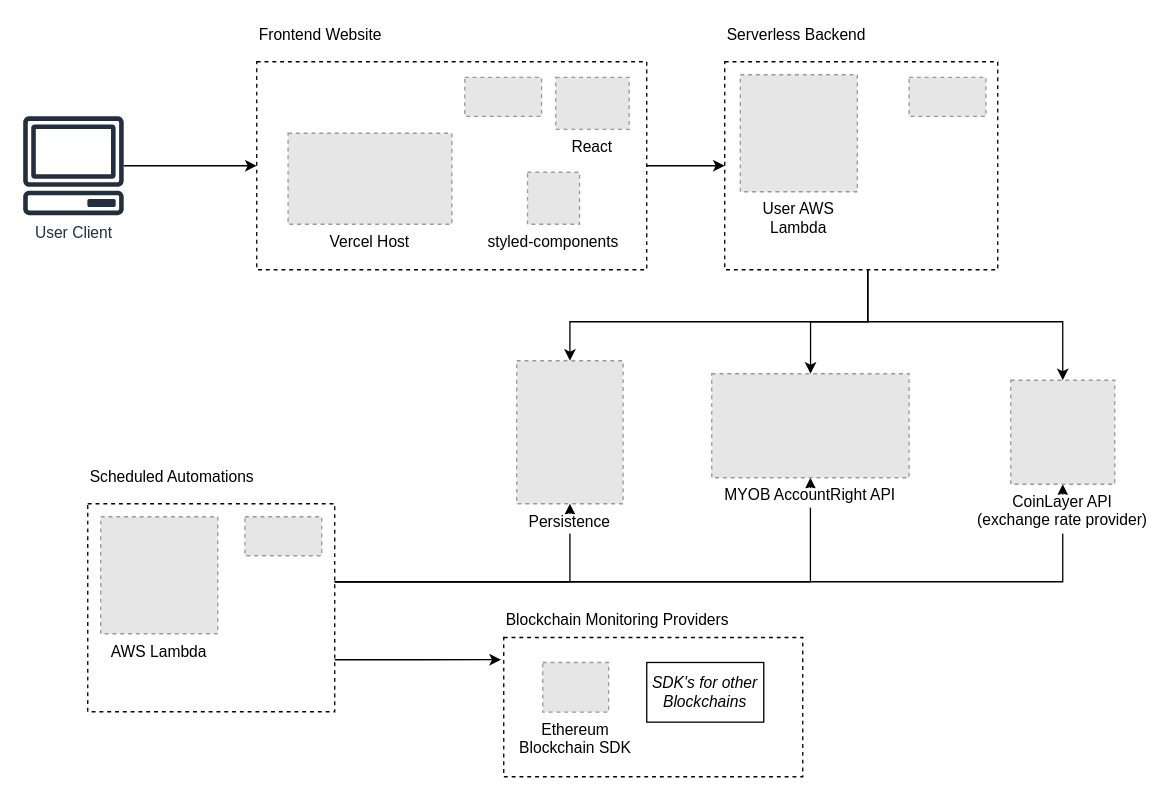
Before: docs/kache-architecture-v1.drawio in Ray-F/kache, a draw.io diagram. Source tidied: cells renumbered, new cells numbered last; positions are measured from the earlier drawing's top-left corner, leaving out a move shared by most shapes. Both pictures are drawn from the tidied source at 130%, with x=0, y=0 at pixel (22, 22). Pictures stored in the file or linked from it are replaced by grey dashed boxes.
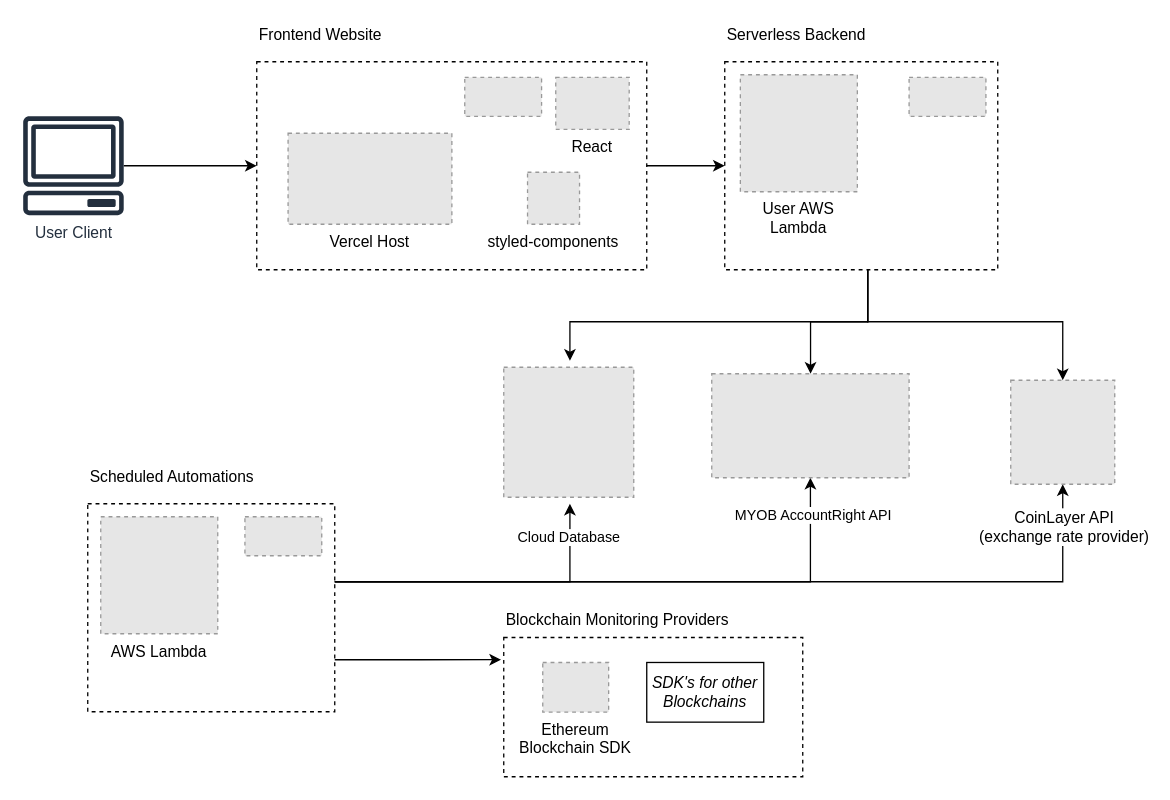
The same page after the edit.

Commit message:
Update architecture-design doc

The change refers to these unchanged cells:
```xml
<mxCell id="2" style="rounded=0;whiteSpace=wrap;html=1;fillColor=none;dashed=1;" parent="1" vertex="1">
  <mxGeometry x="540" y="30" width="210" height="160" as="geometry" />
</mxCell>
<mxCell id="11" style="edgeStyle=orthogonalEdgeStyle;rounded=0;jettySize=auto;html=1;entryX=0.5;entryY=1;entryDx=0;entryDy=0;" parent="1" edge="1" target="19">
  <mxGeometry relative="1" as="geometry">
    <mxPoint x="240" y="430" as="sourcePoint" />
    <Array as="points">
      <mxPoint x="240" y="430" />
      <mxPoint x="606" y="430" />
    </Array>
  </mxGeometry>
</mxCell>
<mxCell id="12" style="edgeStyle=orthogonalEdgeStyle;rounded=0;jettySize=auto;html=1;" parent="1" edge="1" target="18">
  <mxGeometry relative="1" as="geometry">
    <mxPoint x="240" y="430" as="sourcePoint" />
    <Array as="points">
      <mxPoint x="240" y="430" />
      <mxPoint x="800" y="430" />
    </Array>
  </mxGeometry>
</mxCell>
```

What changed in the source:
```diff
@@
-    <mxCell id="10" style="edgeStyle=orthogonalEdgeStyle;rounded=0;jettySize=auto;html=1;entryX=0.5;entryY=1;entryDx=0;entryDy=0;" parent="1" edge="1" target="17">
+    <mxCell id="10" style="edgeStyle=orthogonalEdgeStyle;rounded=0;orthogonalLoop=1;jettySize=auto;html=1;entryX=0.5;entryY=1;entryDx=0;entryDy=0;" parent="1" edge="1">
       <mxGeometry relative="1" as="geometry">
         <mxPoint x="240" y="430" as="sourcePoint" />
+        <mxPoint x="420.9" y="370" as="targetPoint" />
         <Array as="points">
           <mxPoint x="240" y="430" />
           <mxPoint x="421" y="430" />
         </Array>
       </mxGeometry>
     </mxCell>
+    <mxCell id="34" value="Cloud Database" style="edgeLabel;html=1;align=center;verticalAlign=middle;" parent="10" vertex="1">
+      <mxGeometry x="0.83" y="2" relative="1" as="geometry">
+        <mxPoint x="1" y="5" as="offset" />
+      </mxGeometry>
+    </mxCell>
@@
+    <mxCell id="35" value="MYOB AccountRight API" style="edgeLabel;html=1;align=center;verticalAlign=middle;" parent="11" vertex="1">
+      <mxGeometry x="0.87" y="-2" relative="1" as="geometry" />
+    </mxCell>
@@
+    <mxCell id="36" value="&lt;span style=&quot;font-size: 12px&quot;&gt;CoinLayer API&lt;/span&gt;&lt;br style=&quot;padding: 0px ; margin: 0px ; font-size: 12px&quot;&gt;&lt;span style=&quot;font-size: 12px&quot;&gt;(exchange rate provider)&lt;/span&gt;" style="edgeLabel;html=1;align=center;verticalAlign=middle;" parent="12" vertex="1">
+      <mxGeometry x="0.91" y="2" relative="1" as="geometry">
+        <mxPoint x="2" y="3" as="offset" />
+      </mxGeometry>
+    </mxCell>
@@
-    <mxCell id="17" value="Persistence" style="fillColor=#E6E6E6;strokeColor=#999999;dashed=1;verticalLabelPosition=bottom;labelBackgroundColor=#ffffff;verticalAlign=top;" parent="1" vertex="1">
-      <mxGeometry x="380" y="260" width="81.8" height="110" as="geometry" />
-    </mxCell>
-    <mxCell id="18" value="CoinLayer API&#10;(exchange rate provider)" style="fillColor=#E6E6E6;strokeColor=#999999;dashed=1;verticalLabelPosition=bottom;labelBackgroundColor=#ffffff;verticalAlign=top;" parent="1" vertex="1">
+    <mxCell id="18" style="fillColor=#E6E6E6;strokeColor=#999999;dashed=1;verticalLabelPosition=bottom;labelBackgroundColor=#ffffff;verticalAlign=top;" parent="1" vertex="1">
       <mxGeometry x="760" y="275" width="80" height="80" as="geometry" />
     </mxCell>
-    <mxCell id="19" value="MYOB AccountRight API" style="fillColor=#E6E6E6;strokeColor=#999999;dashed=1;verticalLabelPosition=bottom;labelBackgroundColor=#ffffff;verticalAlign=top;" parent="1" vertex="1">
+    <mxCell id="19" style="fillColor=#E6E6E6;strokeColor=#999999;dashed=1;verticalLabelPosition=bottom;labelBackgroundColor=#ffffff;verticalAlign=top;" parent="1" vertex="1">
       <mxGeometry x="530" y="270" width="151.8" height="80" as="geometry" />
     </mxCell>
@@
-    <mxCell id="25" style="edgeStyle=orthogonalEdgeStyle;rounded=0;jettySize=auto;html=1;entryX=0.5;entryY=0;entryDx=0;entryDy=0;" parent="1" edge="1" source="2" target="17">
+    <mxCell id="25" style="edgeStyle=orthogonalEdgeStyle;rounded=0;jettySize=auto;html=1;entryX=0.5;entryY=0;entryDx=0;entryDy=0;" parent="1" edge="1" source="2">
       <mxGeometry relative="1" as="geometry">
+        <mxPoint x="420.9" y="260" as="targetPoint" />
         <Array as="points">
           <mxPoint x="650" y="230" />
           <mxPoint x="421" y="230" />
         </Array>
       </mxGeometry>
     </mxCell>
@@
+    <mxCell id="37" style="fillColor=#E6E6E6;strokeColor=#999999;dashed=1;verticalLabelPosition=bottom;labelBackgroundColor=#ffffff;verticalAlign=top;" parent="1" vertex="1">
+      <mxGeometry x="370" y="265" width="100" height="100" as="geometry" />
+    </mxCell>
```
